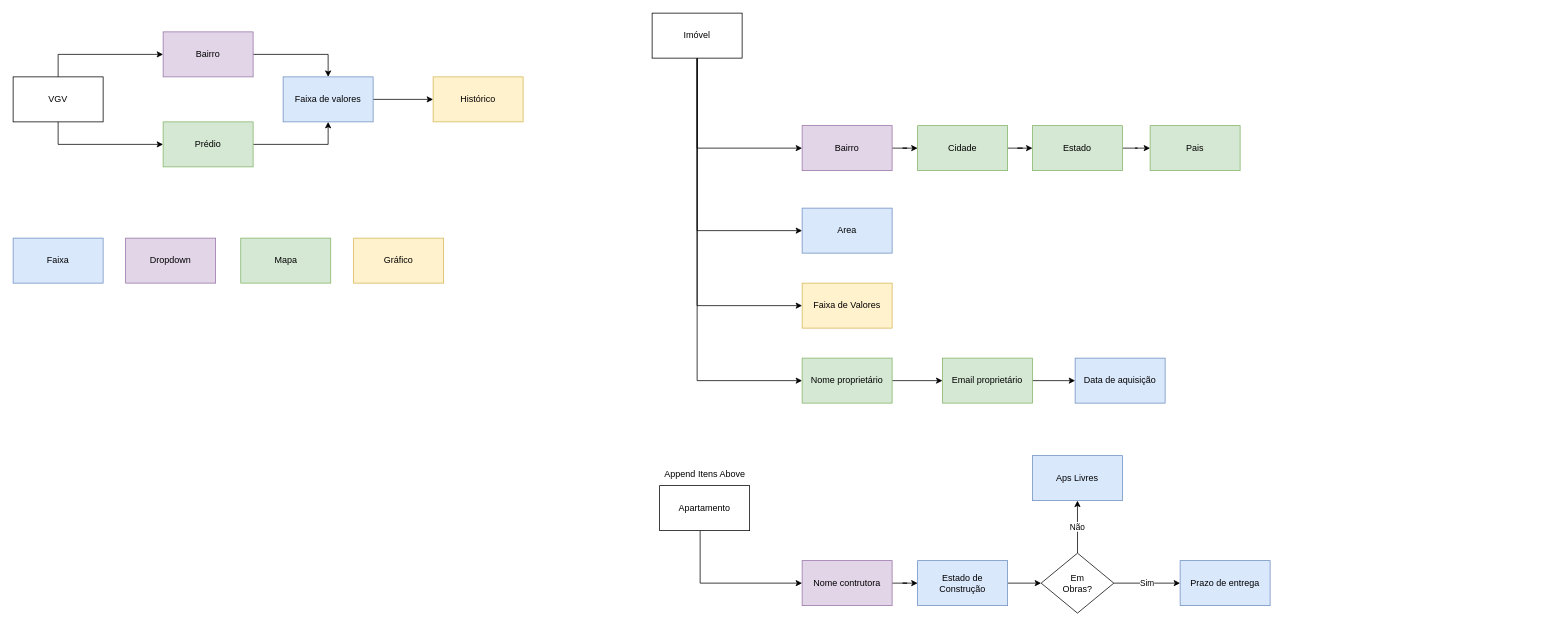
Before: Diagrama sem nome.drawio in gabriel-kasten/Acto, a draw.io diagram. Source tidied: cells renumbered, new cells numbered last; positions are measured from the earlier drawing's top-left corner, leaving out a move shared by most shapes. Both pictures are drawn from the tidied source at 75%, with x=0, y=0 at pixel (13, 13).
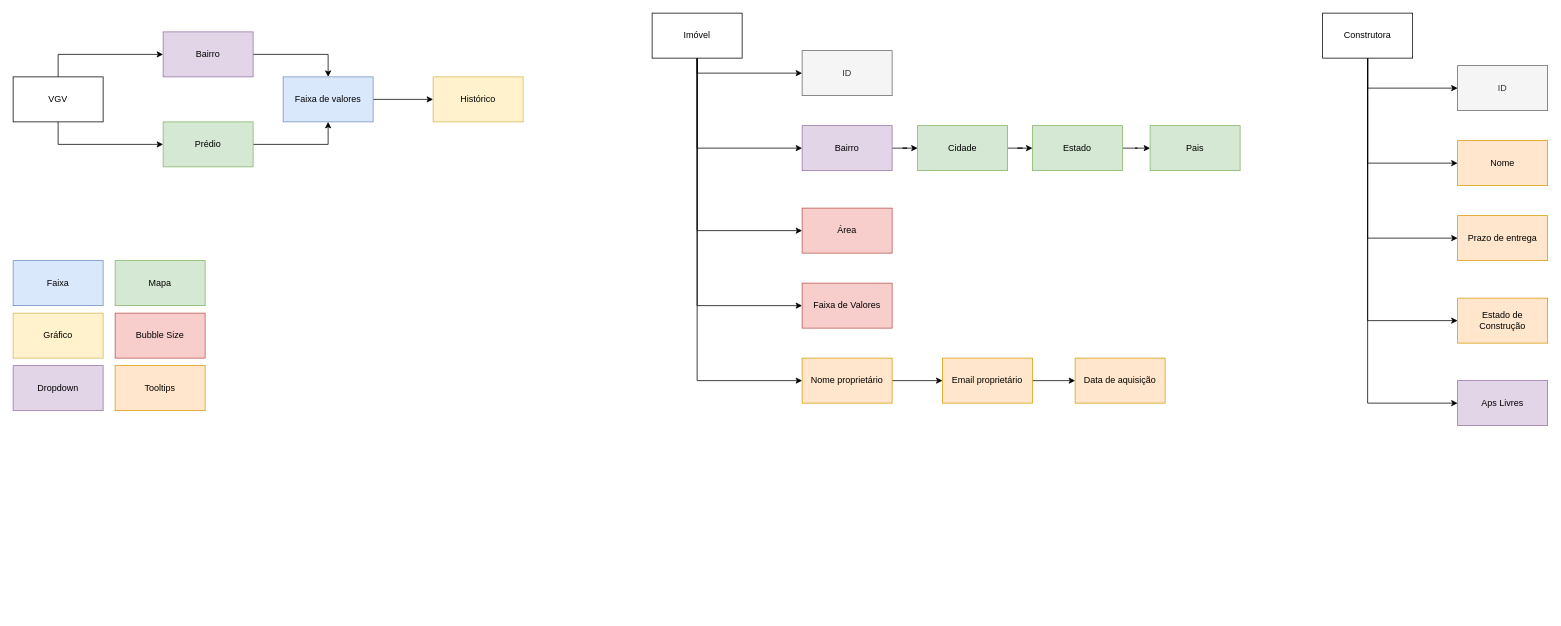
Above is the later version.

Unchanged cells that the change refers to:
```xml
<mxCell id="13" value="Imóvel" style="rounded=0;whiteSpace=wrap;html=1;" parent="1" vertex="1">
  <mxGeometry x="852" width="120" height="60" as="geometry" />
</mxCell>
```

Change to the diagram source:
```diff
@@
+    <mxCell id="47" style="edgeStyle=orthogonalEdgeStyle;rounded=0;jettySize=auto;html=1;entryX=0;entryY=0.5;entryDx=0;entryDy=0;" parent="1" edge="1" source="13" target="49">
+      <mxGeometry relative="1" as="geometry">
+        <Array as="points">
+          <mxPoint x="912" y="80" />
+        </Array>
+      </mxGeometry>
+    </mxCell>
@@
     <mxCell id="19" value="Dropdown" style="rounded=0;whiteSpace=wrap;html=1;fillColor=#e1d5e7;strokeColor=#9673a6;" parent="1" vertex="1">
-      <mxGeometry x="150" y="300" width="120" height="60" as="geometry" />
+      <mxGeometry y="470" width="120" height="60" as="geometry" />
     </mxCell>
     <mxCell id="20" value="Mapa" style="rounded=0;whiteSpace=wrap;html=1;fillColor=#d5e8d4;strokeColor=#82b366;" parent="1" vertex="1">
-      <mxGeometry x="303.5" y="300" width="120" height="60" as="geometry" />
+      <mxGeometry x="136" y="330" width="120" height="60" as="geometry" />
     </mxCell>
     <mxCell id="21" value="Gráfico" style="rounded=0;whiteSpace=wrap;html=1;fillColor=#fff2cc;strokeColor=#d6b656;" parent="1" vertex="1">
-      <mxGeometry x="454" y="300" width="120" height="60" as="geometry" />
+      <mxGeometry y="400" width="120" height="60" as="geometry" />
     </mxCell>
     <mxCell id="22" value="Faixa" style="rounded=0;whiteSpace=wrap;html=1;fillColor=#dae8fc;strokeColor=#6c8ebf;" parent="1" vertex="1">
-      <mxGeometry y="300" width="120" height="60" as="geometry" />
+      <mxGeometry y="330" width="120" height="60" as="geometry" />
     </mxCell>
-    <mxCell id="23" value="Area" style="rounded=0;whiteSpace=wrap;html=1;fillColor=#dae8fc;strokeColor=#6c8ebf;" parent="1" vertex="1">
+    <mxCell id="23" value="Área" style="rounded=0;whiteSpace=wrap;html=1;fillColor=#f8cecc;strokeColor=#b85450;" parent="1" vertex="1">
       <mxGeometry x="1052" y="260" width="120" height="60" as="geometry" />
     </mxCell>
-    <mxCell id="24" value="Faixa de Valores" style="rounded=0;whiteSpace=wrap;html=1;fillColor=#fff2cc;strokeColor=#d6b656;" parent="1" vertex="1">
+    <mxCell id="24" value="Faixa de Valores" style="rounded=0;whiteSpace=wrap;html=1;fillColor=#f8cecc;strokeColor=#b85450;" parent="1" vertex="1">
       <mxGeometry x="1052" y="360" width="120" height="60" as="geometry" />
     </mxCell>
@@
-    <mxCell id="26" value="Nome proprietário" style="rounded=0;whiteSpace=wrap;html=1;fillColor=#d5e8d4;strokeColor=#82b366;" parent="1" vertex="1">
+    <mxCell id="26" value="Nome proprietário" style="rounded=0;whiteSpace=wrap;html=1;fillColor=#ffe6cc;strokeColor=#d79b00;" parent="1" vertex="1">
       <mxGeometry x="1052" y="460" width="120" height="60" as="geometry" />
     </mxCell>
-    <mxCell id="27" value="Data de aquisição" style="rounded=0;whiteSpace=wrap;html=1;fillColor=#dae8fc;strokeColor=#6c8ebf;" parent="1" vertex="1">
+    <mxCell id="27" value="Data de aquisição" style="rounded=0;whiteSpace=wrap;html=1;fillColor=#ffe6cc;strokeColor=#d79b00;" parent="1" vertex="1">
       <mxGeometry x="1416" y="460" width="120" height="60" as="geometry" />
     </mxCell>
-    <mxCell id="28" value="Aps Livres" style="rounded=0;whiteSpace=wrap;html=1;fillColor=#dae8fc;strokeColor=#6c8ebf;" parent="1" vertex="1">
-      <mxGeometry x="1359.1" y="590" width="120" height="60" as="geometry" />
-    </mxCell>
@@
-    <mxCell id="35" value="Email proprietário" style="rounded=0;whiteSpace=wrap;html=1;fillColor=#d5e8d4;strokeColor=#82b366;" parent="1" vertex="1">
+    <mxCell id="35" value="Email proprietário" style="rounded=0;whiteSpace=wrap;html=1;fillColor=#ffe6cc;strokeColor=#d79b00;" parent="1" vertex="1">
       <mxGeometry x="1239.1" y="460" width="120" height="60" as="geometry" />
     </mxCell>
-    <mxCell id="36" style="edgeStyle=orthogonalEdgeStyle;rounded=0;jettySize=auto;html=1;entryX=0;entryY=0.5;entryDx=0;entryDy=0;" parent="1" edge="1" source="37" target="39">
-      <mxGeometry relative="1" as="geometry">
-        <Array as="points">
-          <mxPoint x="916" y="760" />
-        </Array>
-      </mxGeometry>
-    </mxCell>
-    <mxCell id="37" value="Apartamento" style="rounded=0;whiteSpace=wrap;html=1;" parent="1" vertex="1">
-      <mxGeometry x="862" y="630" width="120" height="60" as="geometry" />
-    </mxCell>
-    <mxCell id="38" style="edgeStyle=orthogonalEdgeStyle;rounded=0;jettySize=auto;html=1;" parent="1" edge="1" source="39" target="41">
-      <mxGeometry relative="1" as="geometry" />
-    </mxCell>
-    <mxCell id="39" value="Nome contrutora" style="rounded=0;whiteSpace=wrap;html=1;fillColor=#e1d5e7;strokeColor=#9673a6;" parent="1" vertex="1">
-      <mxGeometry x="1052" y="730" width="120" height="60" as="geometry" />
-    </mxCell>
-    <mxCell id="40" style="edgeStyle=orthogonalEdgeStyle;rounded=0;jettySize=auto;html=1;" parent="1" edge="1" source="41" target="44">
-      <mxGeometry relative="1" as="geometry" />
-    </mxCell>
+    <mxCell id="48" value="Bubble Size" style="rounded=0;whiteSpace=wrap;html=1;fillColor=#f8cecc;strokeColor=#b85450;" parent="1" vertex="1">
+      <mxGeometry x="136" y="400" width="120" height="60" as="geometry" />
+    </mxCell>
+    <mxCell id="49" value="ID" style="rounded=0;whiteSpace=wrap;html=1;fillColor=#f5f5f5;fontColor=#333333;strokeColor=#666666;" parent="1" vertex="1">
+      <mxGeometry x="1052" y="50" width="120" height="60" as="geometry" />
+    </mxCell>
+    <mxCell id="50" style="edgeStyle=orthogonalEdgeStyle;rounded=0;jettySize=auto;html=1;entryX=0;entryY=0.5;entryDx=0;entryDy=0;" parent="1" edge="1" source="55" target="56">
+      <mxGeometry relative="1" as="geometry">
+        <Array as="points">
+          <mxPoint x="1806" y="100" />
+        </Array>
+      </mxGeometry>
+    </mxCell>
+    <mxCell id="51" style="edgeStyle=orthogonalEdgeStyle;rounded=0;jettySize=auto;html=1;entryX=0;entryY=0.5;entryDx=0;entryDy=0;" parent="1" edge="1" source="55" target="57">
+      <mxGeometry relative="1" as="geometry">
+        <Array as="points">
+          <mxPoint x="1806" y="200" />
+        </Array>
+      </mxGeometry>
+    </mxCell>
+    <mxCell id="52" style="edgeStyle=orthogonalEdgeStyle;rounded=0;jettySize=auto;html=1;entryX=0;entryY=0.5;entryDx=0;entryDy=0;" parent="1" edge="1" source="55" target="45">
+      <mxGeometry relative="1" as="geometry">
+        <Array as="points">
+          <mxPoint x="1806" y="300" />
+        </Array>
+      </mxGeometry>
+    </mxCell>
+    <mxCell id="53" style="edgeStyle=orthogonalEdgeStyle;rounded=0;jettySize=auto;html=1;entryX=0;entryY=0.5;entryDx=0;entryDy=0;" parent="1" edge="1" source="55" target="41">
+      <mxGeometry relative="1" as="geometry">
+        <Array as="points">
+          <mxPoint x="1806" y="410" />
+        </Array>
+      </mxGeometry>
+    </mxCell>
+    <mxCell id="54" style="edgeStyle=orthogonalEdgeStyle;rounded=0;jettySize=auto;html=1;entryX=0;entryY=0.5;entryDx=0;entryDy=0;" parent="1" edge="1" source="55" target="28">
+      <mxGeometry relative="1" as="geometry">
+        <Array as="points">
+          <mxPoint x="1806" y="520" />
+        </Array>
+      </mxGeometry>
+    </mxCell>
+    <mxCell id="55" value="Construtora" style="rounded=0;whiteSpace=wrap;html=1;" parent="1" vertex="1">
+      <mxGeometry x="1746" width="120" height="60" as="geometry" />
+    </mxCell>
+    <mxCell id="56" value="ID" style="rounded=0;whiteSpace=wrap;html=1;fillColor=#f5f5f5;fontColor=#333333;strokeColor=#666666;" parent="1" vertex="1">
+      <mxGeometry x="1926" y="70" width="120" height="60" as="geometry" />
+    </mxCell>
+    <mxCell id="57" value="Nome" style="rounded=0;whiteSpace=wrap;html=1;fillColor=#ffe6cc;strokeColor=#d79b00;" parent="1" vertex="1">
+      <mxGeometry x="1926" y="170" width="120" height="60" as="geometry" />
+    </mxCell>
+    <mxCell id="45" value="Prazo de entrega" style="rounded=0;whiteSpace=wrap;html=1;fillColor=#ffe6cc;strokeColor=#d79b00;" parent="1" vertex="1">
+      <mxGeometry x="1926" y="270" width="120" height="60" as="geometry" />
+    </mxCell>
+    <mxCell id="28" value="Aps Livres" style="rounded=0;whiteSpace=wrap;html=1;fillColor=#e1d5e7;strokeColor=#9673a6;" parent="1" vertex="1">
+      <mxGeometry x="1926" y="490" width="120" height="60" as="geometry" />
+    </mxCell>
-    <mxCell id="41" value="Estado de&lt;br&gt;Construção" style="rounded=0;whiteSpace=wrap;html=1;fillColor=#dae8fc;strokeColor=#6c8ebf;" parent="1" vertex="1">
-      <mxGeometry x="1206" y="730" width="120" height="60" as="geometry" />
+    <mxCell id="41" value="Estado de&lt;br&gt;Construção" style="rounded=0;whiteSpace=wrap;html=1;fillColor=#ffe6cc;strokeColor=#d79b00;" parent="1" vertex="1">
+      <mxGeometry x="1926" y="380" width="120" height="60" as="geometry" />
     </mxCell>
-    <mxCell id="42" value="Sim" style="edgeStyle=orthogonalEdgeStyle;rounded=0;jettySize=auto;html=1;" parent="1" edge="1" source="44" target="45">
-      <mxGeometry relative="1" as="geometry" />
-    </mxCell>
-    <mxCell id="43" value="Não" style="edgeStyle=orthogonalEdgeStyle;rounded=0;jettySize=auto;html=1;" parent="1" edge="1" source="44" target="28">
-      <mxGeometry relative="1" as="geometry" />
-    </mxCell>
-    <mxCell id="44" value="Em&lt;br&gt;Obras?" style="rhombus;whiteSpace=wrap;html=1;" parent="1" vertex="1">
-      <mxGeometry x="1370.7" y="720" width="96.9" height="80" as="geometry" />
-    </mxCell>
-    <mxCell id="45" value="Prazo de entrega" style="rounded=0;whiteSpace=wrap;html=1;fillColor=#dae8fc;strokeColor=#6c8ebf;" parent="1" vertex="1">
-      <mxGeometry x="1556" y="730" width="120" height="60" as="geometry" />
-    </mxCell>
-    <mxCell id="46" value="Append Itens Above" style="text;html=1;align=center;verticalAlign=middle;strokeColor=none;fillColor=none;" parent="1" vertex="1">
-      <mxGeometry x="857" y="600" width="130" height="30" as="geometry" />
-    </mxCell>
+    <mxCell id="58" value="Tooltips" style="rounded=0;whiteSpace=wrap;html=1;fillColor=#ffe6cc;strokeColor=#d79b00;" parent="1" vertex="1">
+      <mxGeometry x="136" y="470" width="120" height="60" as="geometry" />
+    </mxCell>
```
